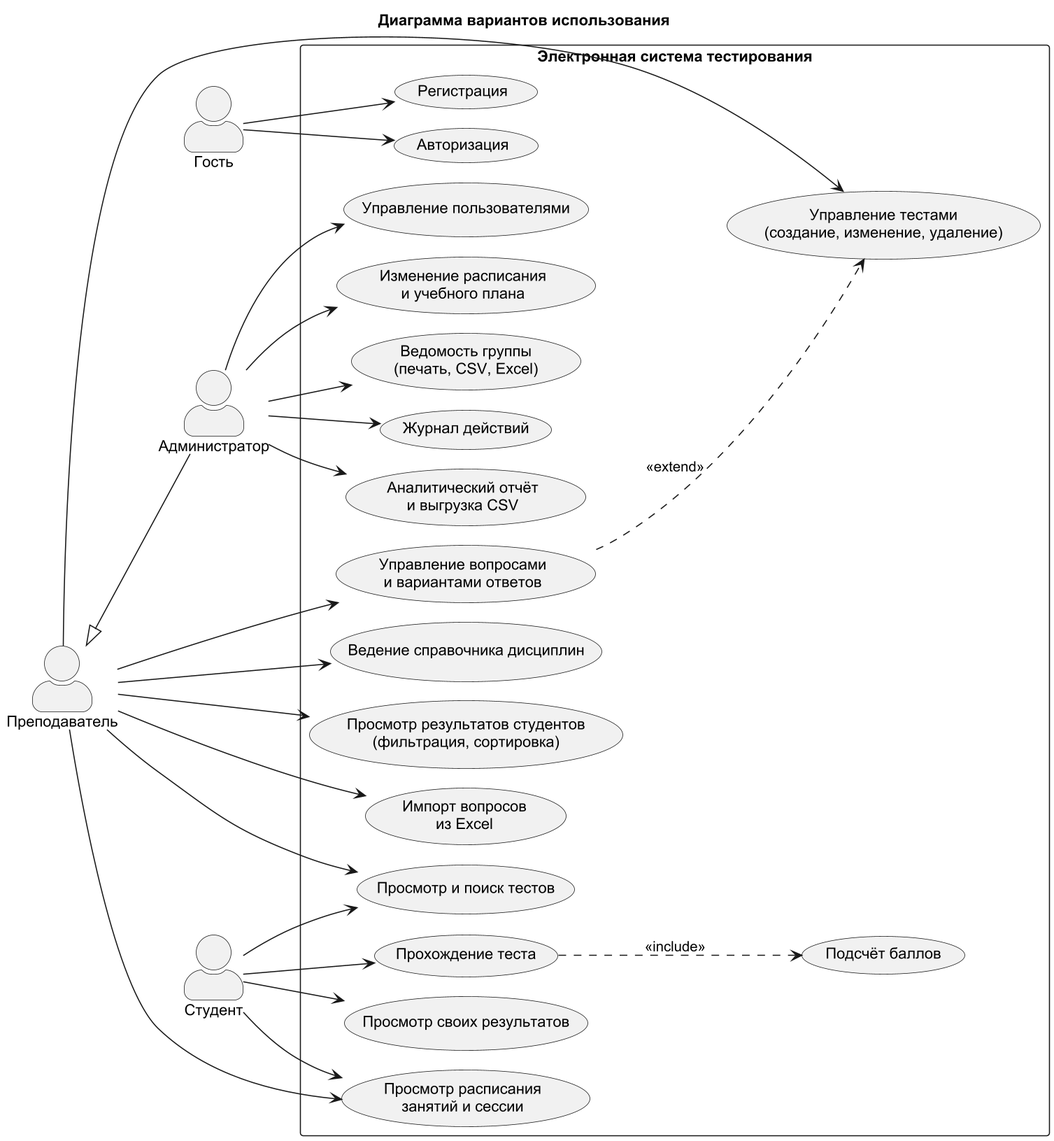
This is docs/diagrams/use_case.png from ChibryakovT/student-testing-system, a PlantUML export, as it was before one commit.
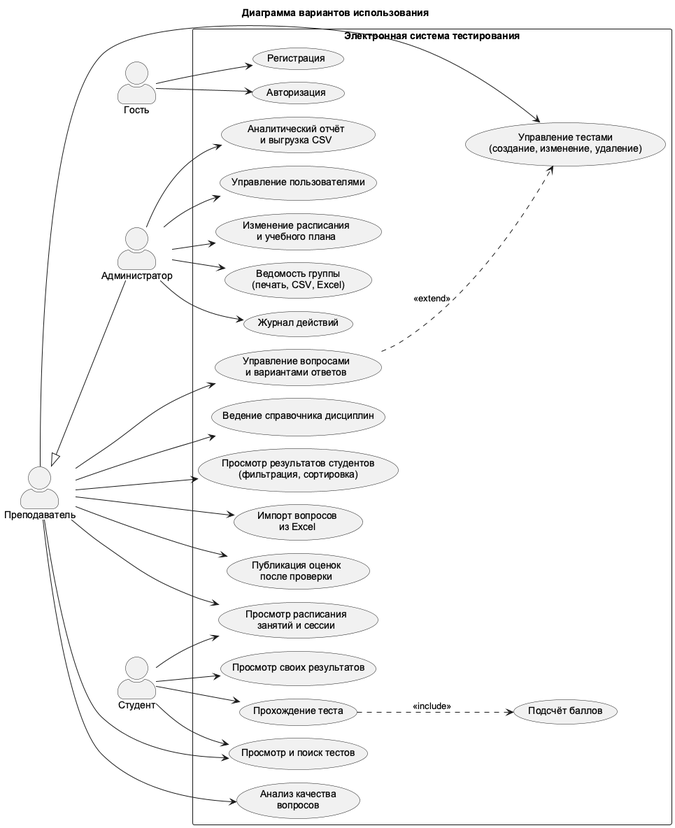
After the commit.

Commit message:
Схемы и README под текущую версию: автосохранение, пояснения, публикация оценок, качество вопросов

Change to the diagram source:
```diff
@@ -1,5 +1,4 @@
 @startuml use_case
-skinparamlocked dpi 150
 !pragma layout smetana
 skinparam defaultFontName Arial
 skinparam actorStyle awesome
@@ -30,6 +29,8 @@
   usecase "Импорт вопросов\nиз Excel" as UC16
   usecase "Журнал действий" as UC17
   usecase "Подсчёт баллов" as UC12
+  usecase "Публикация оценок\nпосле проверки" as UC18
+  usecase "Анализ качества\nвопросов" as UC19
 }
 G --> UC1
 G --> UC2
@@ -49,6 +50,8 @@
 A --> UC15
 A --> UC17
 T --> UC16
+T --> UC18
+T --> UC19
 UC4 ..> UC12 : <<include>>
 UC7 ..> UC6 : <<extend>>
 @enduml
```
